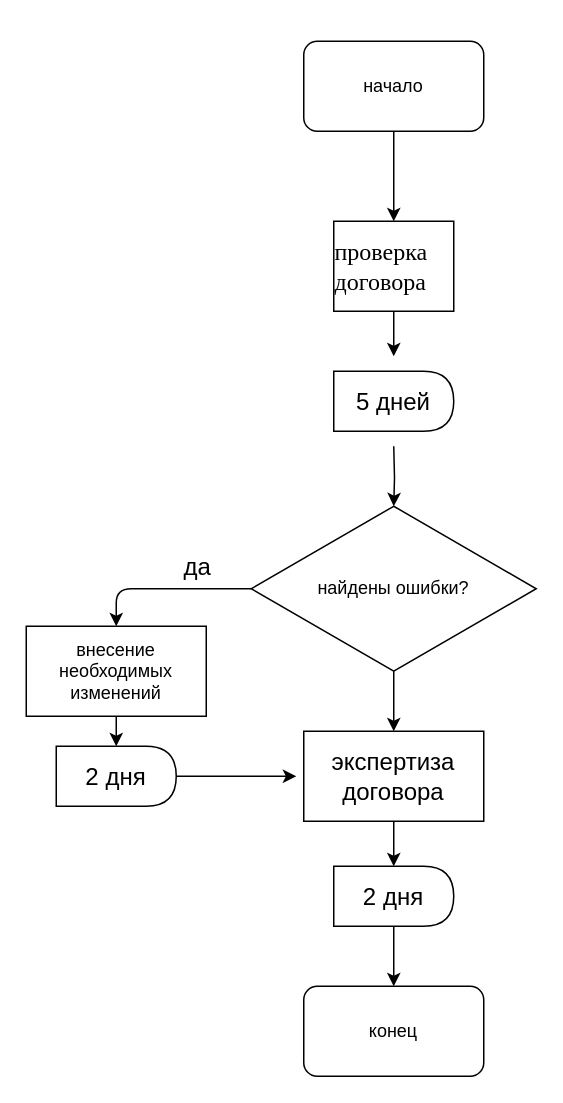
Before: laboratornaia_1/Untitled Diagram.drawio in petuxsgori/prakticheskaia_1, a draw.io diagram. Source tidied: cells renumbered, new cells numbered last; positions are measured from the earlier drawing's top-left corner, leaving out a move shared by most shapes. Both pictures are drawn from the tidied source at 150%, with x=0, y=0 at pixel (26, 40).
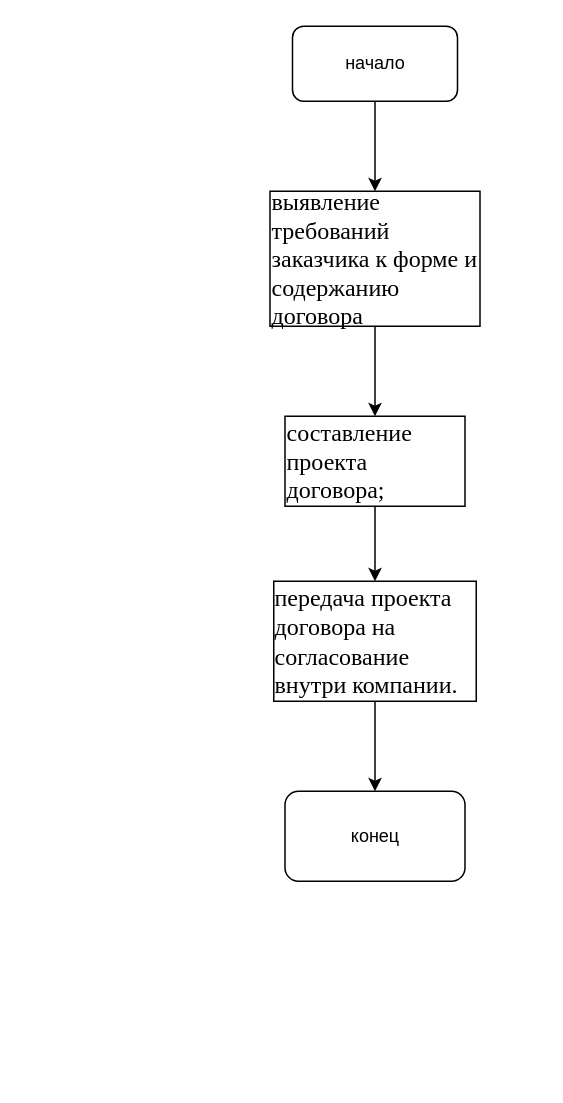
The same diagram, later.

Change to the diagram source:
```diff
@@
-    <mxCell id="2" style="edgeStyle=orthogonalEdgeStyle;rounded=0;jettySize=auto;html=1;" parent="1" edge="1" source="3" target="5">
-      <mxGeometry relative="1" as="geometry" />
-    </mxCell>
+    <mxCell id="20" style="edgeStyle=orthogonalEdgeStyle;rounded=0;jettySize=auto;html=1;" parent="1" edge="1" source="3" target="22">
+      <mxGeometry relative="1" as="geometry" />
+    </mxCell>
-    <mxCell id="3" value="начало" style="rounded=1;whiteSpace=wrap;html=1;" parent="1" vertex="1">
-      <mxGeometry x="185" width="120" height="60" as="geometry" />
+    <mxCell id="3" value="начало&lt;br&gt;" style="rounded=1;whiteSpace=wrap;html=1;" parent="1" vertex="1">
+      <mxGeometry x="177.5" y="-10" width="110" height="50" as="geometry" />
     </mxCell>
-    <mxCell id="4" style="edgeStyle=orthogonalEdgeStyle;rounded=0;jettySize=auto;html=1;fontSize=16;" parent="1" edge="1" source="5">
-      <mxGeometry relative="1" as="geometry">
-        <mxPoint x="245" y="210" as="targetPoint" />
-      </mxGeometry>
-    </mxCell>
-    <mxCell id="5" value="&lt;p style=&quot;color: rgb(0 , 0 , 0) ; font-family: &amp;#34;times new roman&amp;#34; ; font-size: 16px ; font-style: normal ; font-variant: normal ; font-weight: 400 ; letter-spacing: normal ; text-align: left ; text-decoration: none ; text-indent: 0px ; text-transform: none ; white-space: normal ; word-spacing: 0px&quot;&gt;проверка договора&lt;/p&gt;" style="rounded=0;whiteSpace=wrap;html=1;" parent="1" vertex="1">
-      <mxGeometry x="205" y="120" width="80" height="60" as="geometry" />
-    </mxCell>
-    <mxCell id="6" style="edgeStyle=orthogonalEdgeStyle;rounded=0;jettySize=auto;html=1;fontSize=16;" parent="1" edge="1" source="7">
-      <mxGeometry relative="1" as="geometry">
-        <mxPoint x="60" y="470" as="targetPoint" />
-      </mxGeometry>
-    </mxCell>
-    <mxCell id="7" value="внесение необходимых изменений" style="rounded=0;whiteSpace=wrap;html=1;" parent="1" vertex="1">
-      <mxGeometry y="390" width="120" height="60" as="geometry" />
-    </mxCell>
+    <mxCell id="21" style="edgeStyle=orthogonalEdgeStyle;rounded=0;jettySize=auto;html=1;" parent="1" edge="1" source="22" target="24">
+      <mxGeometry relative="1" as="geometry" />
+    </mxCell>
+    <mxCell id="22" value="&lt;p style=&quot;color: rgb(0 , 0 , 0) ; font-family: &amp;#34;times new roman&amp;#34; ; font-size: 16px ; font-style: normal ; font-variant: normal ; font-weight: 400 ; letter-spacing: normal ; text-align: left ; text-decoration: none ; text-indent: 0px ; text-transform: none ; white-space: normal ; word-spacing: 0px&quot;&gt; выявление требований заказчика к форме и содержанию договора&lt;/p&gt;" style="rounded=0;whiteSpace=wrap;html=1;" parent="1" vertex="1">
+      <mxGeometry x="162.5" y="100" width="140" height="90" as="geometry" />
+    </mxCell>
+    <mxCell id="23" style="edgeStyle=orthogonalEdgeStyle;rounded=0;jettySize=auto;html=1;" parent="1" edge="1" source="24" target="26">
+      <mxGeometry relative="1" as="geometry" />
+    </mxCell>
+    <mxCell id="24" value="&lt;p style=&quot;color: rgb(0 , 0 , 0) ; font-family: &amp;#34;times new roman&amp;#34; ; font-size: 16px ; font-style: normal ; font-variant: normal ; font-weight: 400 ; letter-spacing: normal ; text-align: left ; text-decoration: none ; text-indent: 0px ; text-transform: none ; white-space: normal ; word-spacing: 0px&quot;&gt;составление проекта договора;&lt;/p&gt;" style="rounded=0;whiteSpace=wrap;html=1;" parent="1" vertex="1">
+      <mxGeometry x="172.5" y="250" width="120" height="60" as="geometry" />
+    </mxCell>
+    <mxCell id="25" style="edgeStyle=orthogonalEdgeStyle;rounded=0;jettySize=auto;html=1;" parent="1" edge="1" source="26" target="8">
+      <mxGeometry relative="1" as="geometry" />
+    </mxCell>
+    <mxCell id="26" value="&lt;p style=&quot;color: rgb(0 , 0 , 0) ; font-family: &amp;#34;times new roman&amp;#34; ; font-size: 16px ; font-style: normal ; font-variant: normal ; font-weight: 400 ; letter-spacing: normal ; text-align: left ; text-decoration: none ; text-indent: 0px ; text-transform: none ; white-space: normal ; word-spacing: 0px&quot;&gt; передача проекта договора на согласование внутри компании. &lt;/p&gt;" style="rounded=0;whiteSpace=wrap;html=1;" parent="1" vertex="1">
+      <mxGeometry x="165" y="360" width="135" height="80" as="geometry" />
+    </mxCell>
     <mxCell id="8" value="конец&lt;br&gt;" style="rounded=1;whiteSpace=wrap;html=1;" parent="1" vertex="1">
-      <mxGeometry x="185" y="630" width="120" height="60" as="geometry" />
+      <mxGeometry x="172.5" y="500" width="120" height="60" as="geometry" />
     </mxCell>
-    <mxCell id="9" style="edgeStyle=orthogonalEdgeStyle;rounded=0;jettySize=auto;html=1;fontSize=16;" parent="1" edge="1" source="10" target="14">
-      <mxGeometry relative="1" as="geometry" />
-    </mxCell>
-    <mxCell id="10" value="найдены ошибки?" style="rhombus;whiteSpace=wrap;html=1;" parent="1" vertex="1">
-      <mxGeometry x="150" y="310" width="190" height="110" as="geometry" />
-    </mxCell>
-    <mxCell id="11" value="да&lt;br style=&quot;font-size: 16px;&quot;&gt;" style="endArrow=classic;html=1;entryX=0.5;entryY=0;entryDx=0;entryDy=0;exitX=0;exitY=0.5;exitDx=0;exitDy=0;fontSize=16;" parent="1" edge="1" source="10" target="7">
-      <mxGeometry x="-0.37" y="-15" relative="1" as="geometry">
-        <Array as="points">
-          <mxPoint x="60" y="365" />
-        </Array>
-      </mxGeometry>
-    </mxCell>
-    <mxCell id="12" style="edgeStyle=orthogonalEdgeStyle;rounded=0;jettySize=auto;html=1;fontSize=16;" parent="1" edge="1" target="10">
-      <mxGeometry relative="1" as="geometry">
-        <mxPoint x="245" y="270" as="sourcePoint" />
-      </mxGeometry>
-    </mxCell>
-    <mxCell id="13" style="edgeStyle=orthogonalEdgeStyle;rounded=0;jettySize=auto;html=1;fontSize=16;entryX=0.5;entryY=0;entryDx=0;entryDy=0;" parent="1" edge="1" source="14" target="19">
-      <mxGeometry relative="1" as="geometry" />
-    </mxCell>
-    <mxCell id="14" value="экспертиза договора&lt;br&gt;" style="rounded=0;whiteSpace=wrap;html=1;fontSize=16;" parent="1" vertex="1">
-      <mxGeometry x="185" y="460" width="120" height="60" as="geometry" />
-    </mxCell>
-    <mxCell id="15" value="5 дней&lt;br&gt;" style="shape=delay;whiteSpace=wrap;html=1;fontSize=16;" parent="1" vertex="1">
-      <mxGeometry x="205" y="220" width="80" height="40" as="geometry" />
-    </mxCell>
-    <mxCell id="16" style="edgeStyle=orthogonalEdgeStyle;rounded=0;jettySize=auto;html=1;fontSize=16;" parent="1" edge="1" source="17">
-      <mxGeometry relative="1" as="geometry">
-        <mxPoint x="180" y="490" as="targetPoint" />
-      </mxGeometry>
-    </mxCell>
-    <mxCell id="17" value="2 дня&lt;br&gt;" style="shape=delay;whiteSpace=wrap;html=1;fontSize=16;" parent="1" vertex="1">
-      <mxGeometry x="20" y="470" width="80" height="40" as="geometry" />
-    </mxCell>
-    <mxCell id="18" style="edgeStyle=orthogonalEdgeStyle;rounded=0;jettySize=auto;html=1;fontSize=16;" parent="1" edge="1" source="19" target="8">
-      <mxGeometry relative="1" as="geometry" />
-    </mxCell>
-    <mxCell id="19" value="2 дня&lt;br&gt;" style="shape=delay;whiteSpace=wrap;html=1;fontSize=16;" parent="1" vertex="1">
-      <mxGeometry x="205" y="550" width="80" height="40" as="geometry" />
-    </mxCell>
```
